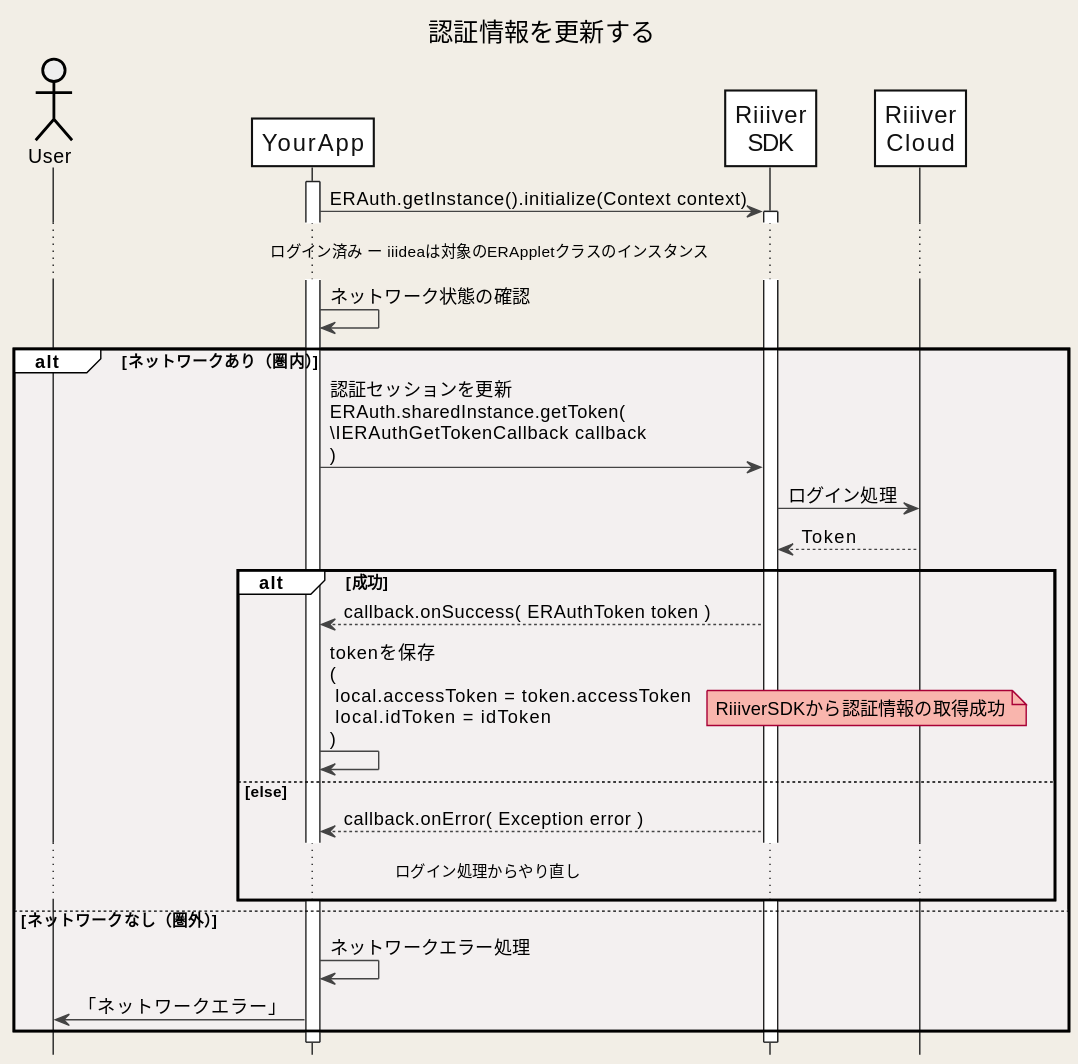
CitizenWatch/RiiiverResources keeps this PlantUML diagram as images/Android/en/Sequences/updateToken.svg. Above is the earlier version.
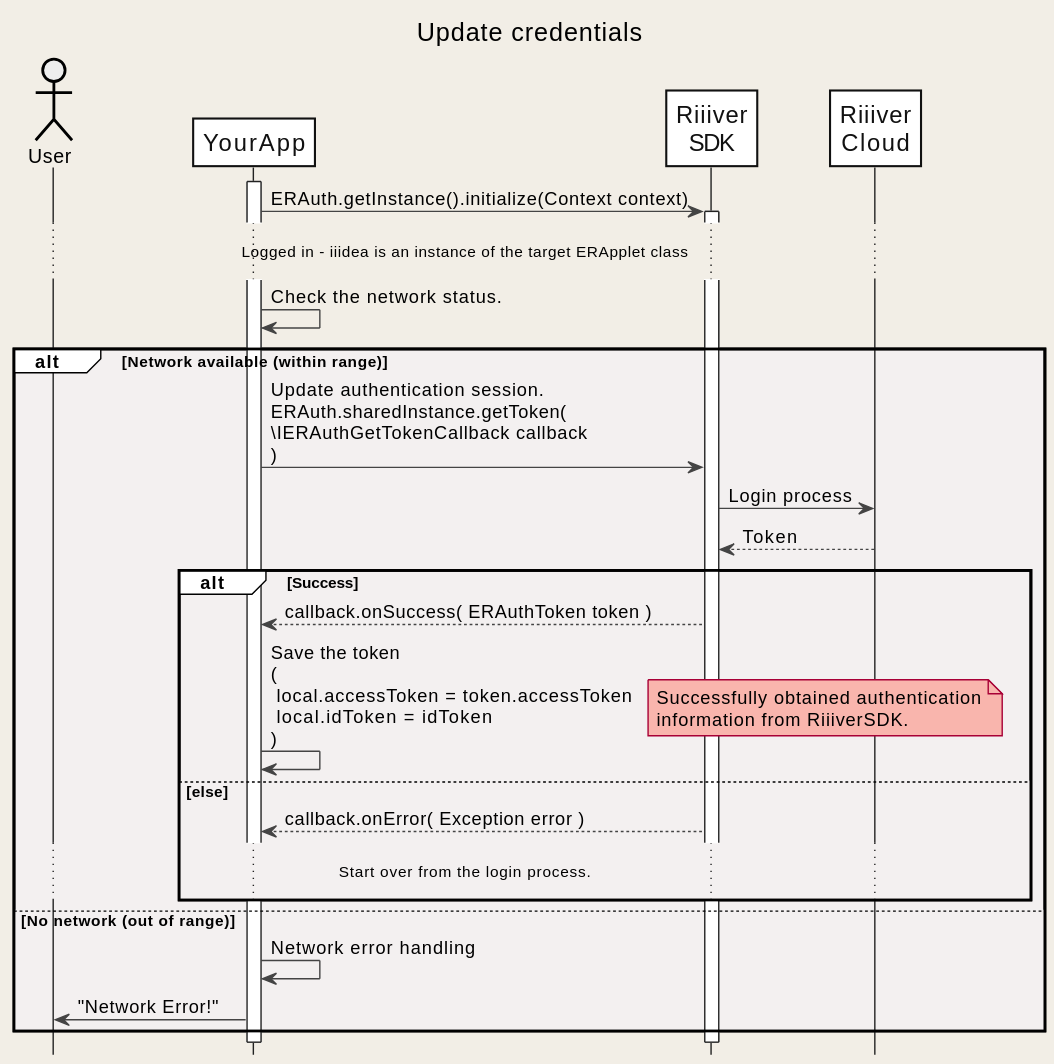
After the change.

Change to the diagram source:
```diff
@@ -1,5 +1,5 @@
 @startuml
-title 認証情報を更新する
+title Update credentials
 hide footbox
 
 skinparam DefaultFontName "Noto Sans JP, Helvetica, Arial, Liberation Sans"
@@ -38,24 +38,24 @@
 App -> ERSDK: ERAuth.getInstance().initialize(Context context)
 activate ERSDK
 
-... ログイン済み ー iiideaは対象のERAppletクラスのインスタンス...
+... Logged in - iiidea is an instance of the target ERApplet class ...
 
-App -> App: ネットワーク状態の確認
-alt ネットワークあり（圏内）
-    App -> ERSDK: 認証セッションを更新\nERAuth.sharedInstance.getToken(\n\IERAuthGetTokenCallback callback\n)
-    ERSDK -> Riiiver: ログイン処理
+App -> App: Check the network status.
+alt Network available (within range)
+    App -> ERSDK: Update authentication session.\nERAuth.sharedInstance.getToken(\n\IERAuthGetTokenCallback callback\n)
+    ERSDK -> Riiiver: Login process
     ERSDK <-- Riiiver: Token
-    alt 成功
+    alt Success
     App <-- ERSDK: callback.onSuccess( ERAuthToken token )
-        App -> App: tokenを保存\n(\n local.accessToken = token.accessToken\n local.idToken = idToken\n)
-        note right: RiiiverSDKから認証情報の取得成功
+        App -> App: Save the token\n(\n local.accessToken = token.accessToken\n local.idToken = idToken\n)
+        note right: Successfully obtained authentication\ninformation from RiiiverSDK.
     else else
     App <-- ERSDK: callback.onError( Exception error )
-        ... ログイン処理からやり直し ...
+        ... Start over from the login process. ...
     end
-else ネットワークなし（圏外）
-    App -> App: ネットワークエラー処理
-    User <- App: 「ネットワークエラー」
+else No network (out of range)
+    App -> App: Network error handling
+    User <- App: "Network Error!"
 end
 
 @enduml
```
